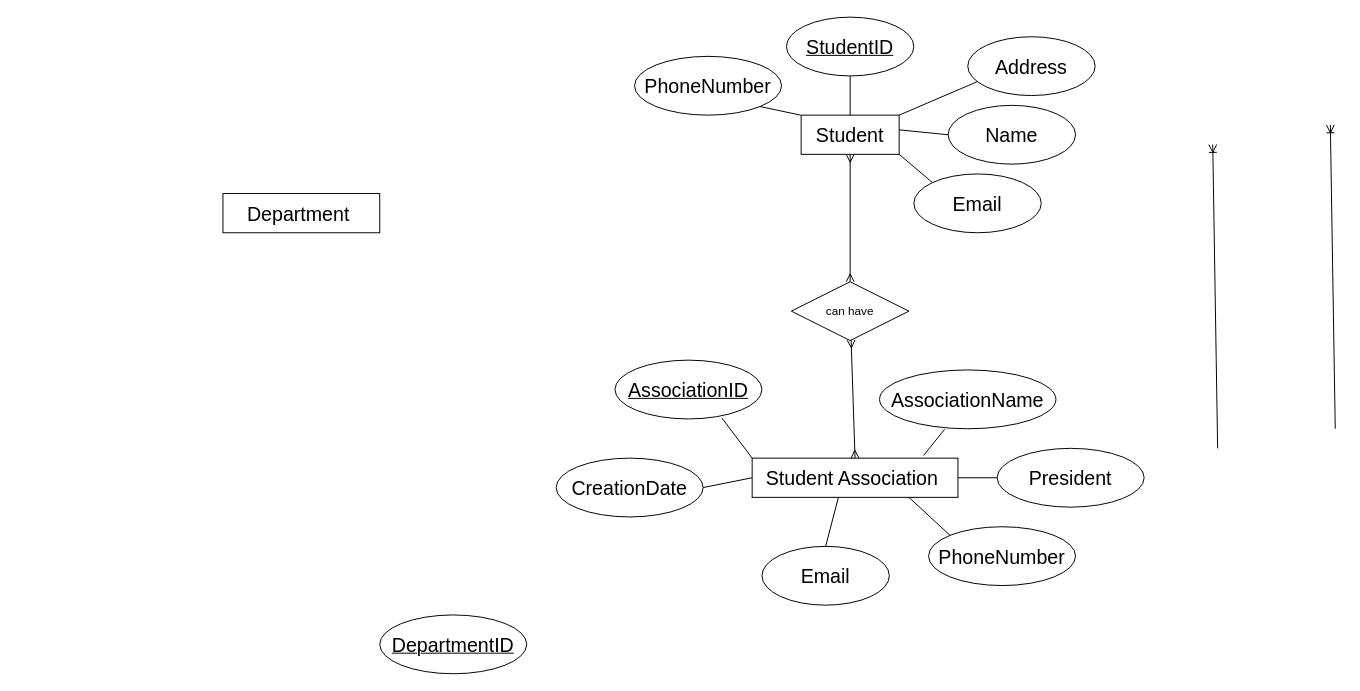
This is Untitled Diagram.drawio from Katt9/Database-Design-for-Information-Organizations, a draw.io file, before an edit. Source tidied: cells renumbered, new cells numbered last; positions are measured from the earlier drawing's top-left corner, leaving out a move shared by most shapes. Both pictures are drawn from the tidied source at 98%, with x=0, y=0 at pixel (222, 17).
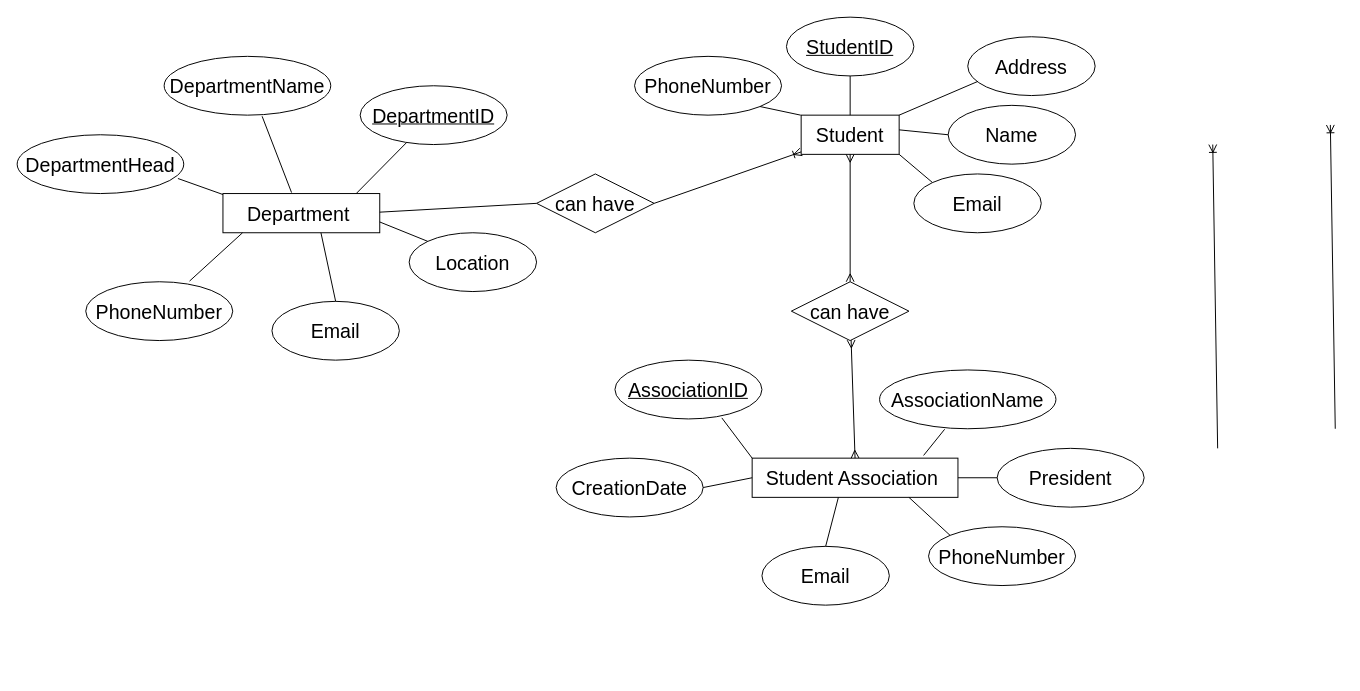
After the change.

The change refers to these unchanged cells:
```xml
<mxCell id="2" value="&lt;font style=&quot;font-size: 20px;&quot;&gt;Student&lt;/font&gt;" style="whiteSpace=wrap;html=1;align=center;" parent="1" vertex="1">
  <mxGeometry x="590" y="100" width="100" height="40" as="geometry" />
</mxCell>
```

Diff of the diagram source:
```diff
@@
     <mxCell id="9" value="&lt;font style=&quot;font-size: 20px;&quot;&gt;DepartmentID&lt;/font&gt;" style="ellipse;whiteSpace=wrap;html=1;align=center;fontStyle=4;" parent="1" vertex="1">
-      <mxGeometry x="160" y="610" width="150" height="60" as="geometry" />
+      <mxGeometry x="140" y="70" width="150" height="60" as="geometry" />
     </mxCell>
@@
-    <mxCell id="22" value="can have" style="shape=rhombus;perimeter=rhombusPerimeter;whiteSpace=wrap;html=1;align=center;" parent="1" vertex="1">
+    <mxCell id="22" value="&lt;font style=&quot;font-size: 20px;&quot;&gt;can have&lt;/font&gt;" style="shape=rhombus;perimeter=rhombusPerimeter;whiteSpace=wrap;html=1;align=center;" parent="1" vertex="1">
       <mxGeometry x="580" y="270" width="120" height="60" as="geometry" />
     </mxCell>
@@
+    <mxCell id="33" value="&lt;font style=&quot;font-size: 20px;&quot;&gt;can have&lt;/font&gt;" style="shape=rhombus;perimeter=rhombusPerimeter;whiteSpace=wrap;html=1;align=center;" parent="1" vertex="1">
+      <mxGeometry x="320" y="160" width="120" height="60" as="geometry" />
+    </mxCell>
+    <mxCell id="34" value="&lt;font style=&quot;font-size: 20px;&quot;&gt;PhoneNumber&lt;/font&gt;" style="ellipse;whiteSpace=wrap;html=1;align=center;" parent="1" vertex="1">
+      <mxGeometry x="-140" y="270" width="150" height="60" as="geometry" />
+    </mxCell>
+    <mxCell id="35" value="&lt;font style=&quot;font-size: 20px;&quot;&gt;Email&lt;/font&gt;" style="ellipse;whiteSpace=wrap;html=1;align=center;" parent="1" vertex="1">
+      <mxGeometry x="50" y="290" width="130" height="60" as="geometry" />
+    </mxCell>
+    <mxCell id="36" value="&lt;font style=&quot;font-size: 20px;&quot;&gt;DepartmentName&lt;/font&gt;" style="ellipse;whiteSpace=wrap;html=1;align=center;" parent="1" vertex="1">
+      <mxGeometry x="-60" y="40" width="170" height="60" as="geometry" />
+    </mxCell>
+    <mxCell id="37" value="&lt;font style=&quot;font-size: 20px;&quot;&gt;DepartmentHead&lt;/font&gt;" style="ellipse;whiteSpace=wrap;html=1;align=center;" parent="1" vertex="1">
+      <mxGeometry x="-210" y="120" width="170" height="60" as="geometry" />
+    </mxCell>
+    <mxCell id="38" value="&lt;font style=&quot;font-size: 20px;&quot;&gt;Location&lt;/font&gt;" style="ellipse;whiteSpace=wrap;html=1;align=center;" parent="1" vertex="1">
+      <mxGeometry x="190" y="220" width="130" height="60" as="geometry" />
+    </mxCell>
+    <mxCell id="39" style="endArrow=none;html=1;rounded=0;entryX=0;entryY=0.5;entryDx=0;entryDy=0;exitX=0.5;exitY=0;exitDx=0;exitDy=0;" parent="1" edge="1" source="35">
+      <mxGeometry relative="1" as="geometry">
+        <mxPoint x="100" y="220" as="targetPoint" />
+      </mxGeometry>
+    </mxCell>
+    <mxCell id="40" style="endArrow=none;html=1;rounded=0;entryX=0;entryY=0.5;entryDx=0;entryDy=0;exitX=0.706;exitY=-0.011;exitDx=0;exitDy=0;exitPerimeter=0;" parent="1" edge="1" source="34">
+      <mxGeometry relative="1" as="geometry">
+        <mxPoint x="20" y="220" as="targetPoint" />
+      </mxGeometry>
+    </mxCell>
+    <mxCell id="41" style="endArrow=none;html=1;rounded=0;entryX=0;entryY=0.5;entryDx=0;entryDy=0;exitX=0.965;exitY=0.744;exitDx=0;exitDy=0;exitPerimeter=0;" parent="1" edge="1" source="37">
+      <mxGeometry relative="1" as="geometry">
+        <mxPoint y="181" as="targetPoint" />
+      </mxGeometry>
+    </mxCell>
+    <mxCell id="42" style="endArrow=none;html=1;rounded=0;entryX=0.588;entryY=1.019;entryDx=0;entryDy=0;exitX=0.706;exitY=-0.011;exitDx=0;exitDy=0;exitPerimeter=0;entryPerimeter=0;" parent="1" edge="1" target="36">
+      <mxGeometry relative="1" as="geometry">
+        <mxPoint x="70" y="179" as="sourcePoint" />
+      </mxGeometry>
+    </mxCell>
+    <mxCell id="43" style="endArrow=none;html=1;rounded=0;exitX=0.706;exitY=-0.011;exitDx=0;exitDy=0;exitPerimeter=0;" parent="1" edge="1" target="9">
+      <mxGeometry relative="1" as="geometry">
+        <mxPoint x="136" y="180" as="sourcePoint" />
+      </mxGeometry>
+    </mxCell>
+    <mxCell id="44" style="endArrow=none;html=1;rounded=0;entryX=0;entryY=0;entryDx=0;entryDy=0;exitX=0.706;exitY=-0.011;exitDx=0;exitDy=0;exitPerimeter=0;" parent="1" edge="1" target="38">
+      <mxGeometry relative="1" as="geometry">
+        <mxPoint x="160" y="209" as="sourcePoint" />
+      </mxGeometry>
+    </mxCell>
+    <mxCell id="45" style="endArrow=none;html=1;rounded=0;exitX=0.706;exitY=-0.011;exitDx=0;exitDy=0;exitPerimeter=0;entryX=0;entryY=0.5;entryDx=0;entryDy=0;" parent="1" edge="1" target="33">
+      <mxGeometry relative="1" as="geometry">
+        <mxPoint x="160" y="199" as="sourcePoint" />
+      </mxGeometry>
+    </mxCell>
+    <mxCell id="46" style="fontSize=12;html=1;endArrow=ERoneToMany;rounded=0;" parent="1" edge="1" target="2">
+      <mxGeometry relative="1" as="geometry">
+        <mxPoint x="440" y="190" as="sourcePoint" />
+      </mxGeometry>
+    </mxCell>
```
